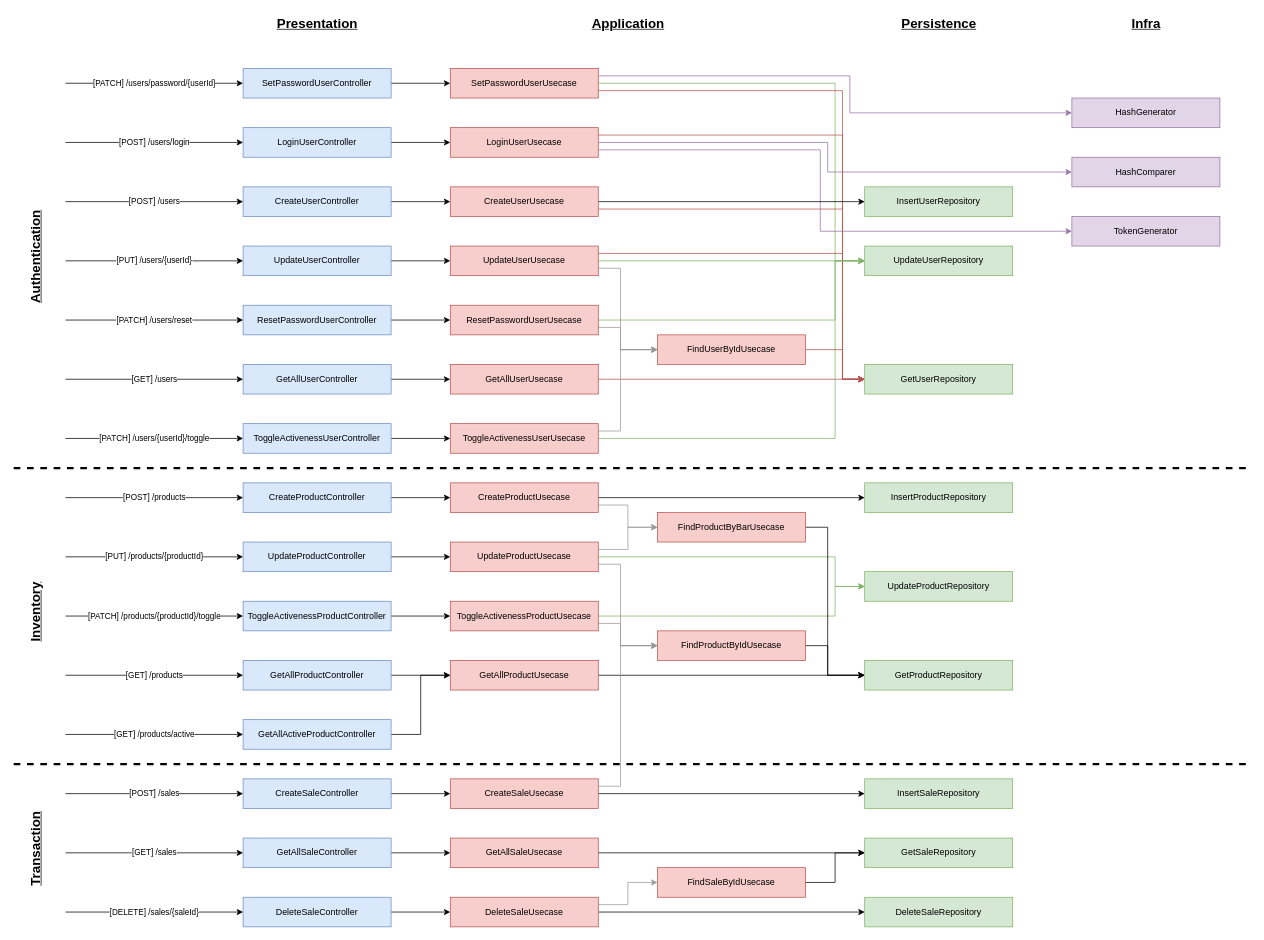
Earlier version of the draw.io diagram page "architecture-diagram" (3 of 3) of docs/diagrams.drawio (leonfoliveira/sales). Source tidied: cells renumbered, new cells numbered last; positions are measured from the earlier drawing's top-left corner, leaving out a move shared by most shapes. Both pictures are drawn from the tidied source at 74%, with x=0, y=0 at pixel (13, 13).
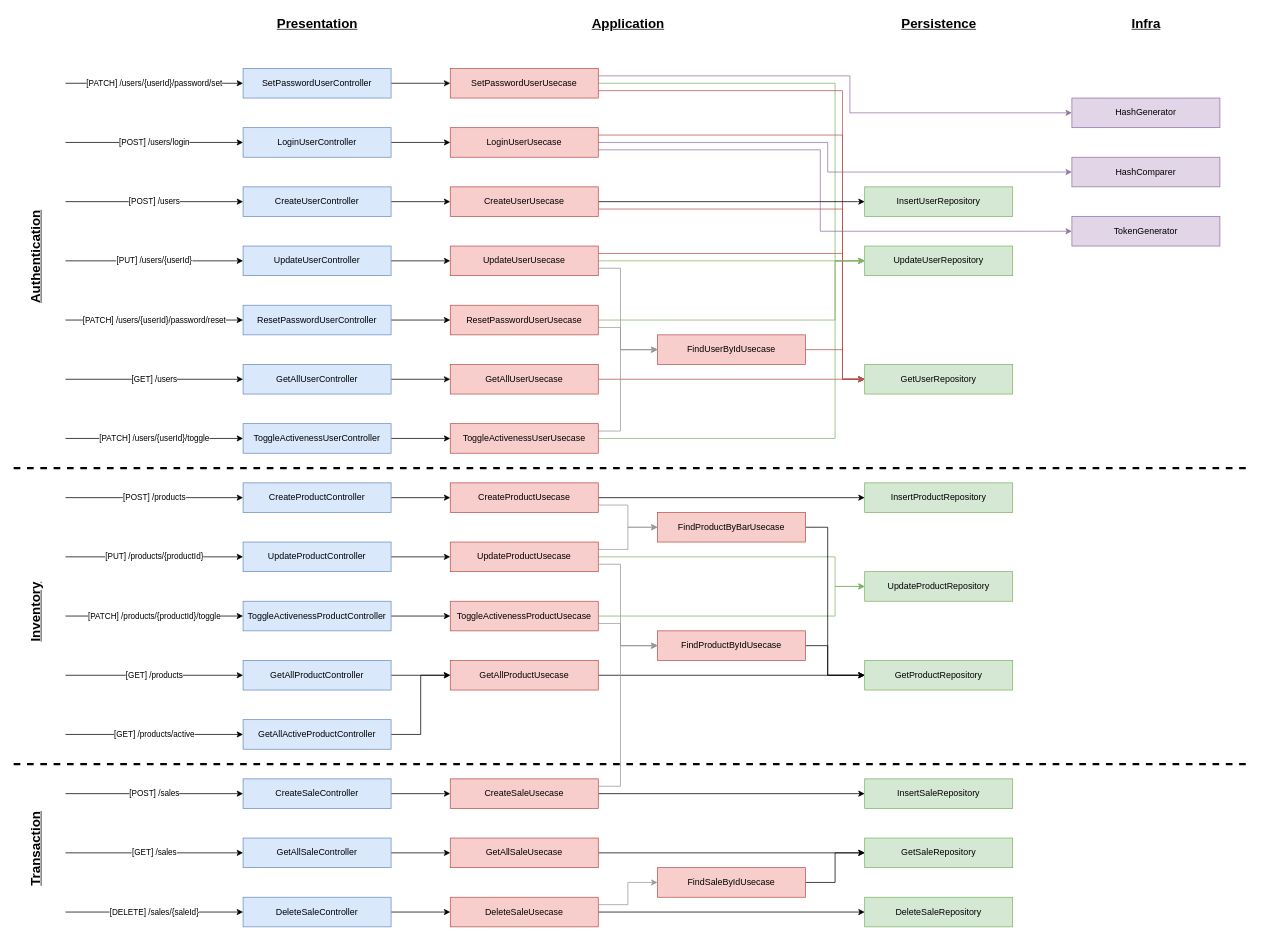
The same page after the edit.

The change refers to these unchanged cells:
```xml
<mxCell id="6" value="SetPasswordUserController" style="rounded=0;whiteSpace=wrap;html=1;fillColor=#dae8fc;strokeColor=#6c8ebf;" parent="1" vertex="1">
  <mxGeometry x="310" y="75" width="200" height="40" as="geometry" />
</mxCell>
<mxCell id="12" value="ResetPasswordUserController" style="rounded=0;whiteSpace=wrap;html=1;fillColor=#dae8fc;strokeColor=#6c8ebf;" parent="1" vertex="1">
  <mxGeometry x="310" y="395" width="200" height="40" as="geometry" />
</mxCell>
```

The edit, as a diff of the source:
```diff
@@
-    <mxCell id="5" value="[PATCH] /users/password/{userId}" style="edgeStyle=none;rounded=0;jettySize=auto;html=1;" parent="1" edge="1" target="6">
+    <mxCell id="5" value="[PATCH] /users/{userId}/password/set" style="edgeStyle=none;rounded=0;jettySize=auto;html=1;" parent="1" edge="1" target="6">
       <mxGeometry relative="1" as="geometry">
         <mxPoint x="70" y="95" as="sourcePoint" />
       </mxGeometry>
     </mxCell>
@@
-    <mxCell id="79" value="[PATCH] /users/reset" style="edgeStyle=none;rounded=0;jettySize=auto;html=1;entryX=0;entryY=0.5;entryDx=0;entryDy=0;" parent="1" edge="1" target="12">
+    <mxCell id="79" value="[PATCH] /users/{userId}/password/reset" style="edgeStyle=none;rounded=0;jettySize=auto;html=1;entryX=0;entryY=0.5;entryDx=0;entryDy=0;" parent="1" edge="1" target="12">
       <mxGeometry relative="1" as="geometry">
         <mxPoint x="70" y="415" as="sourcePoint" />
       </mxGeometry>
     </mxCell>
```
